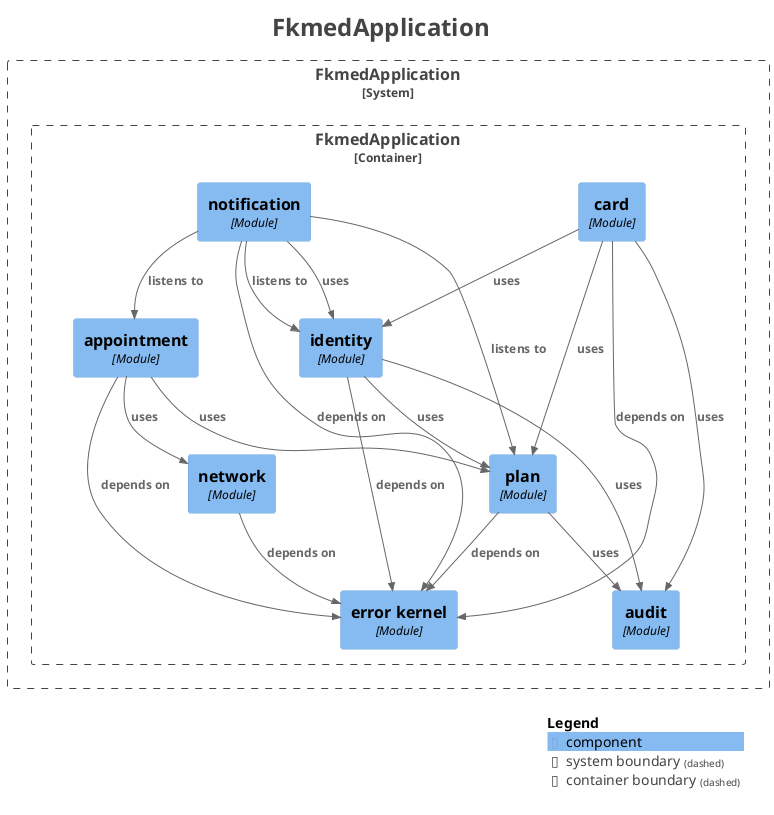
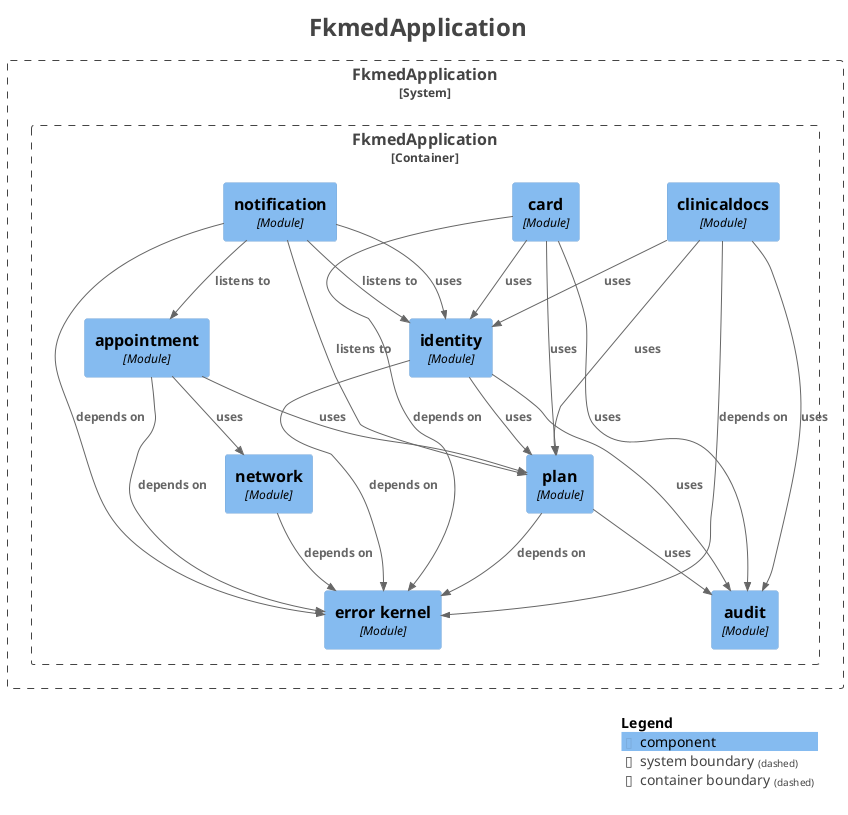
@startuml
title <size:24>FkmedApplication</size>

set separator none
top to bottom direction

<style>
  root {
    BackgroundColor: #ffffff
    FontColor: #444444
  }
</style>

!include <C4/C4>
!include <C4/C4_Context>
!include <C4/C4_Component>

System_Boundary("FkmedApplication_boundary", "FkmedApplication", $tags="") {
  Container_Boundary("FkmedApplication.FkmedApplication_boundary", "FkmedApplication", $tags="") {
    Component(FkmedApplication.FkmedApplication.card, "card", $techn="Module", $descr="", $tags="", $link="")
+     Component(FkmedApplication.FkmedApplication.clinicaldocs, "clinicaldocs", $techn="Module", $descr="", $tags="", $link="")
    Component(FkmedApplication.FkmedApplication.notification, "notification", $techn="Module", $descr="", $tags="", $link="")
    Component(FkmedApplication.FkmedApplication.audit, "audit", $techn="Module", $descr="", $tags="", $link="")
    Component(FkmedApplication.FkmedApplication.errorkernel, "error kernel", $techn="Module", $descr="", $tags="", $link="")
    Component(FkmedApplication.FkmedApplication.network, "network", $techn="Module", $descr="", $tags="", $link="")
    Component(FkmedApplication.FkmedApplication.plan, "plan", $techn="Module", $descr="", $tags="", $link="")
    Component(FkmedApplication.FkmedApplication.appointment, "appointment", $techn="Module", $descr="", $tags="", $link="")
    Component(FkmedApplication.FkmedApplication.identity, "identity", $techn="Module", $descr="", $tags="", $link="")
  }

}

Rel(FkmedApplication.FkmedApplication.appointment, FkmedApplication.FkmedApplication.errorkernel, "depends on", $techn="", $tags="", $link="")
Rel(FkmedApplication.FkmedApplication.appointment, FkmedApplication.FkmedApplication.network, "uses", $techn="", $tags="", $link="")
Rel(FkmedApplication.FkmedApplication.appointment, FkmedApplication.FkmedApplication.plan, "uses", $techn="", $tags="", $link="")
Rel(FkmedApplication.FkmedApplication.card, FkmedApplication.FkmedApplication.audit, "uses", $techn="", $tags="", $link="")
Rel(FkmedApplication.FkmedApplication.card, FkmedApplication.FkmedApplication.errorkernel, "depends on", $techn="", $tags="", $link="")
Rel(FkmedApplication.FkmedApplication.card, FkmedApplication.FkmedApplication.identity, "uses", $techn="", $tags="", $link="")
Rel(FkmedApplication.FkmedApplication.card, FkmedApplication.FkmedApplication.plan, "uses", $techn="", $tags="", $link="")
+ Rel(FkmedApplication.FkmedApplication.clinicaldocs, FkmedApplication.FkmedApplication.audit, "uses", $techn="", $tags="", $link="")
+ Rel(FkmedApplication.FkmedApplication.clinicaldocs, FkmedApplication.FkmedApplication.errorkernel, "depends on", $techn="", $tags="", $link="")
+ Rel(FkmedApplication.FkmedApplication.clinicaldocs, FkmedApplication.FkmedApplication.identity, "uses", $techn="", $tags="", $link="")
+ Rel(FkmedApplication.FkmedApplication.clinicaldocs, FkmedApplication.FkmedApplication.plan, "uses", $techn="", $tags="", $link="")
Rel(FkmedApplication.FkmedApplication.identity, FkmedApplication.FkmedApplication.audit, "uses", $techn="", $tags="", $link="")
Rel(FkmedApplication.FkmedApplication.identity, FkmedApplication.FkmedApplication.errorkernel, "depends on", $techn="", $tags="", $link="")
Rel(FkmedApplication.FkmedApplication.identity, FkmedApplication.FkmedApplication.plan, "uses", $techn="", $tags="", $link="")
Rel(FkmedApplication.FkmedApplication.network, FkmedApplication.FkmedApplication.errorkernel, "depends on", $techn="", $tags="", $link="")
Rel(FkmedApplication.FkmedApplication.notification, FkmedApplication.FkmedApplication.appointment, "listens to", $techn="", $tags="", $link="")
Rel(FkmedApplication.FkmedApplication.notification, FkmedApplication.FkmedApplication.errorkernel, "depends on", $techn="", $tags="", $link="")
Rel(FkmedApplication.FkmedApplication.notification, FkmedApplication.FkmedApplication.identity, "listens to", $techn="", $tags="", $link="")
Rel(FkmedApplication.FkmedApplication.notification, FkmedApplication.FkmedApplication.identity, "uses", $techn="", $tags="", $link="")
Rel(FkmedApplication.FkmedApplication.notification, FkmedApplication.FkmedApplication.plan, "listens to", $techn="", $tags="", $link="")
Rel(FkmedApplication.FkmedApplication.plan, FkmedApplication.FkmedApplication.audit, "uses", $techn="", $tags="", $link="")
Rel(FkmedApplication.FkmedApplication.plan, FkmedApplication.FkmedApplication.errorkernel, "depends on", $techn="", $tags="", $link="")

SHOW_LEGEND(true)
hide stereotypes
@enduml